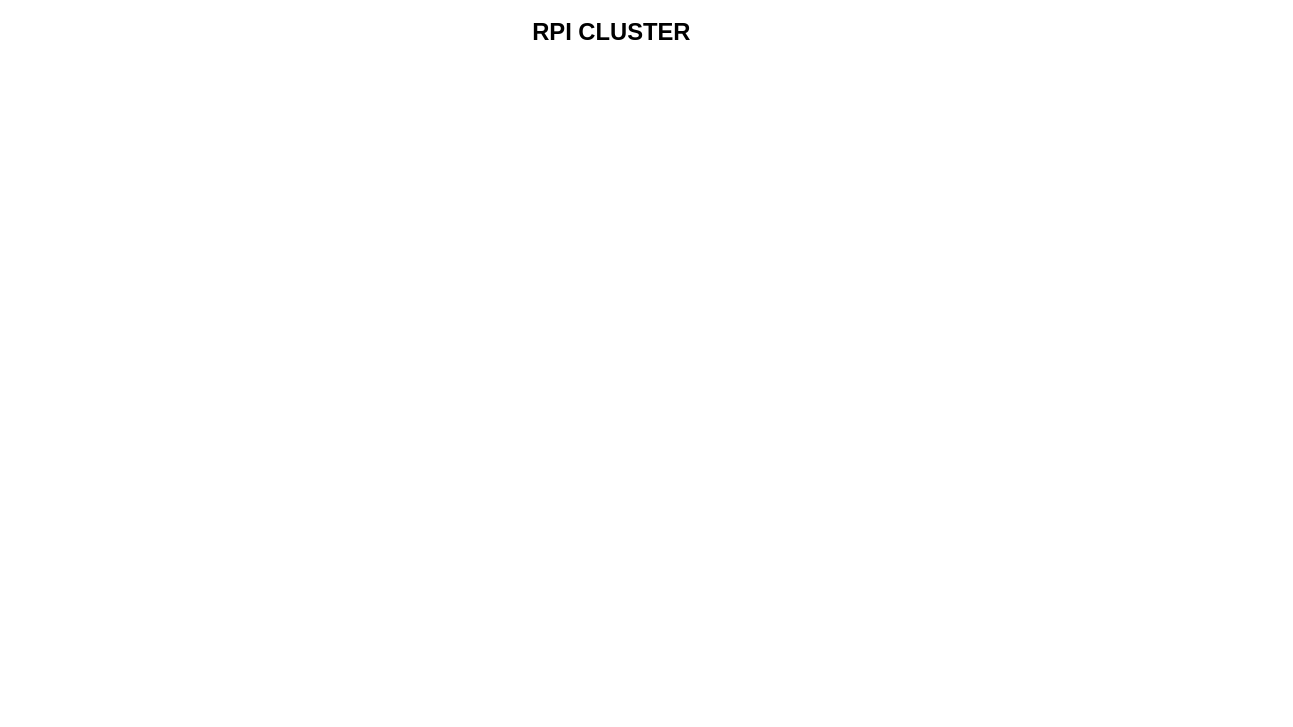
Earlier version of the draw.io diagram RPI_SERVER.drawio (YNRA/RPI_SERVER). Source tidied: cells renumbered, new cells numbered last; positions are measured from the earlier drawing's top-left corner, leaving out a move shared by most shapes. Both pictures are drawn from the tidied source at 99%, with x=0, y=0 at pixel (561, 26).
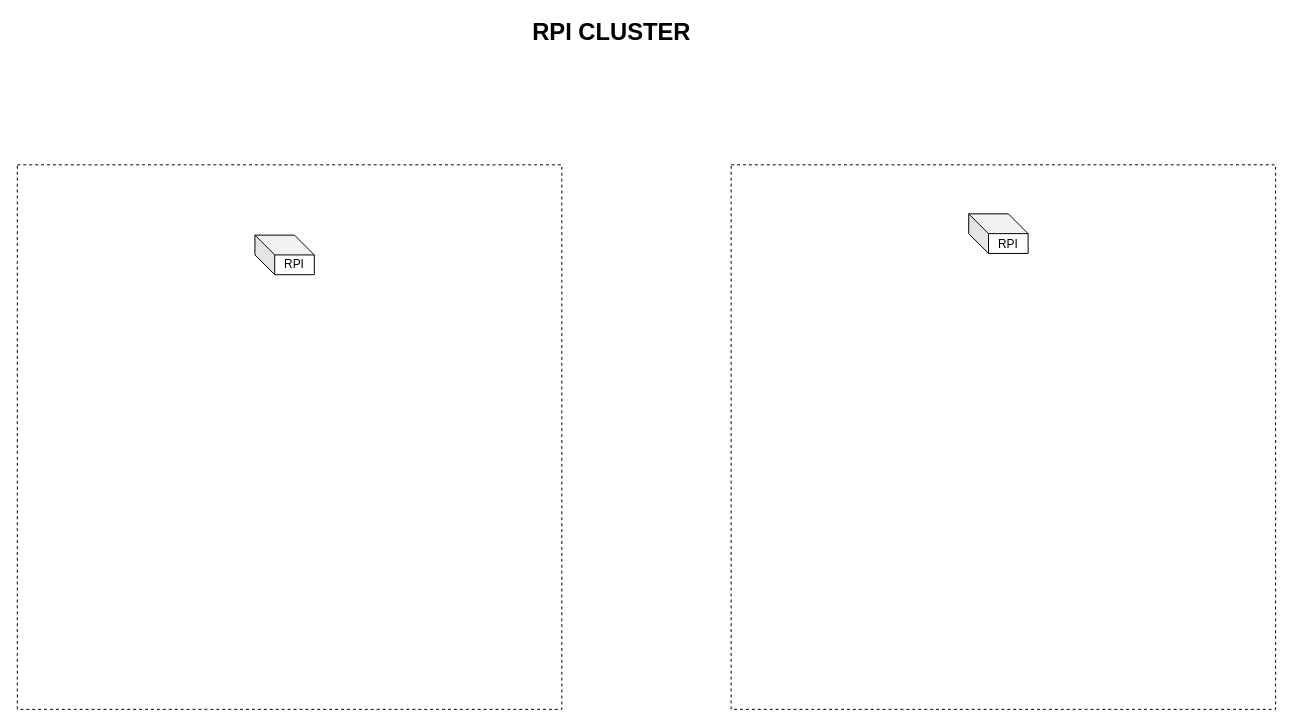
The same page after the edit.

Diff of the diagram source:
```diff
@@
 <mxGraphModel>
   <root>
     <mxCell id="0" />
     <mxCell id="1" parent="0" />
+    <mxCell id="3" style="whiteSpace=wrap;html=1;dashed=1;shadow=0;fillColor=none;" parent="1" vertex="1">
+      <mxGeometry x="171" y="140" width="550" height="550" as="geometry" />
+    </mxCell>
     <mxCell id="2" value="&lt;div&gt;RPI CLUSTER&lt;/div&gt;&lt;div&gt;&lt;br&gt;&lt;/div&gt;" style="text;strokeColor=none;fillColor=none;html=1;fontSize=24;fontStyle=1;verticalAlign=middle;align=center;" parent="1" vertex="1">
       <mxGeometry width="100" height="40" as="geometry" />
     </mxCell>
+    <mxCell id="4" style="group;" parent="1" vertex="1">
+      <mxGeometry x="-310" y="211" width="60" height="40" as="geometry" />
+    </mxCell>
+    <mxCell id="5" style="shape=cube;whiteSpace=wrap;html=1;boundedLbl=1;backgroundOutline=1;darkOpacity=0.05;darkOpacity2=0.1;" parent="4" vertex="1">
+      <mxGeometry width="60" height="40" as="geometry" />
+    </mxCell>
+    <mxCell id="6" value="&lt;div&gt;RPI&lt;/div&gt;" style="text;html=1;strokeColor=none;fillColor=none;align=center;verticalAlign=middle;whiteSpace=wrap;rounded=0;" parent="4" vertex="1">
+      <mxGeometry x="20" y="20" width="40" height="20" as="geometry" />
+    </mxCell>
+    <mxCell id="7" style="group;" parent="1" vertex="1">
+      <mxGeometry x="411" y="189.5" width="70" height="60.5" as="geometry" />
+    </mxCell>
+    <mxCell id="8" style="shape=cube;whiteSpace=wrap;html=1;boundedLbl=1;backgroundOutline=1;darkOpacity=0.05;darkOpacity2=0.1;" parent="7" vertex="1">
+      <mxGeometry width="60" height="40" as="geometry" />
+    </mxCell>
+    <mxCell id="9" value="&lt;div&gt;RPI&lt;/div&gt;" style="text;html=1;strokeColor=none;fillColor=none;align=center;verticalAlign=middle;whiteSpace=wrap;rounded=0;" parent="7" vertex="1">
+      <mxGeometry x="20" y="21" width="40" height="20" as="geometry" />
+    </mxCell>
+    <mxCell id="10" style="whiteSpace=wrap;html=1;dashed=1;shadow=0;fillColor=none;" parent="1" vertex="1">
+      <mxGeometry x="-550" y="140" width="550" height="550" as="geometry" />
+    </mxCell>
   </root>
 </mxGraphModel>
```
